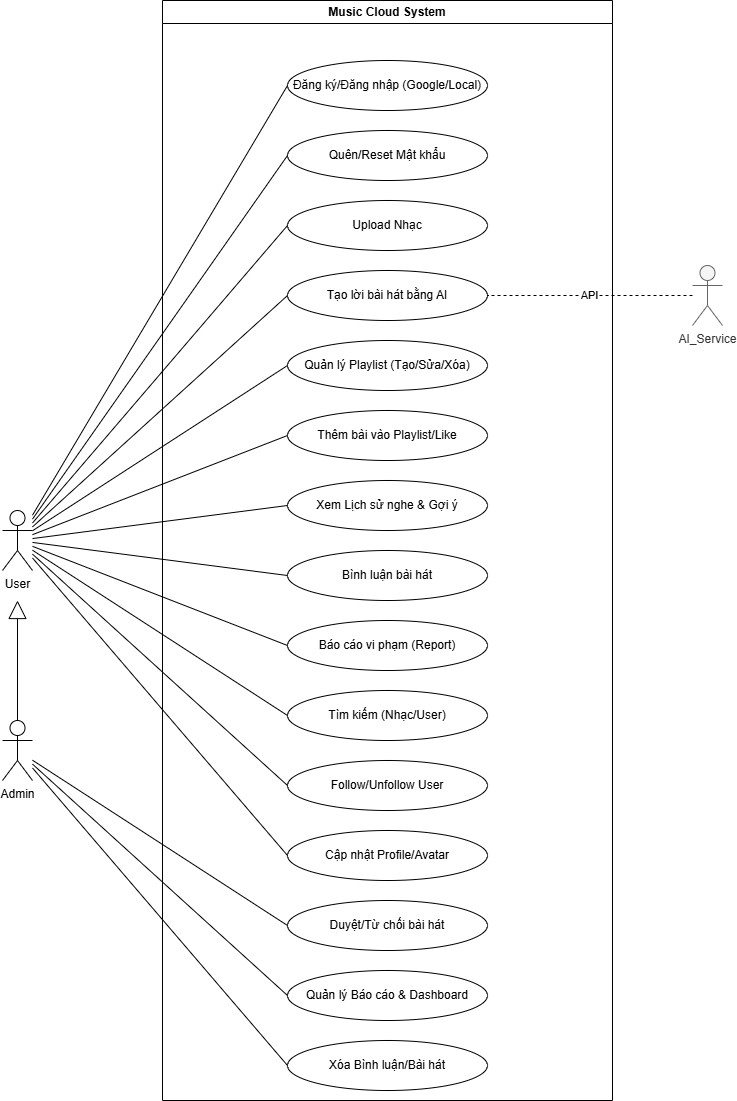
ducquyen12312ew/sao_clao keeps this draw.io diagram as diagram/UseCase.drawio.png. Above is the earlier version. Source tidied: cells renumbered, new cells last; positions are measured from the earlier drawing's top-left corner, leaving out a move shared by most shapes.
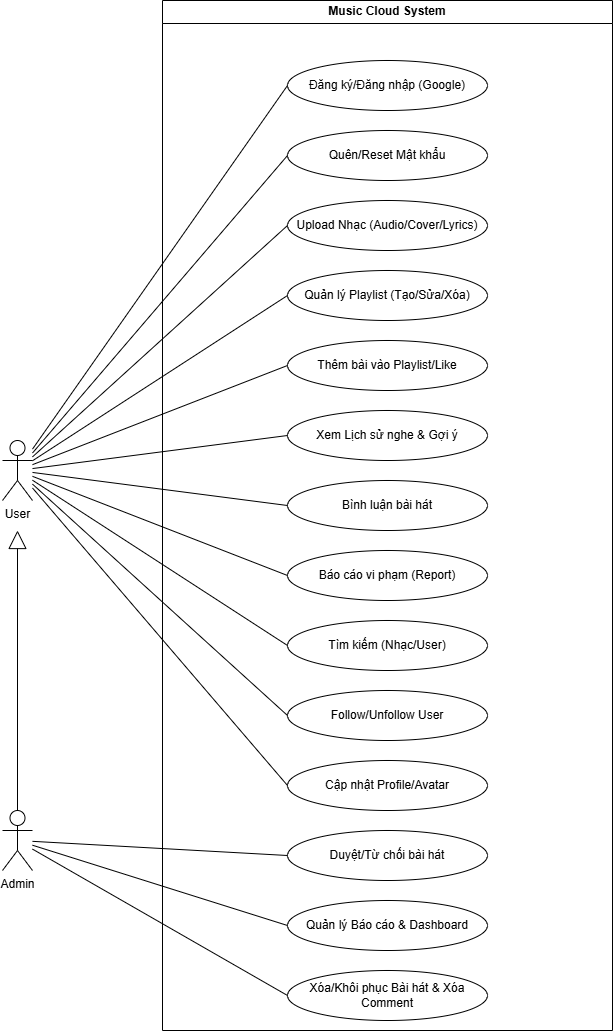
The same diagram one commit later.

The edit, as a diff of the source:
```diff
@@ -3,67 +3,61 @@
     <mxCell id="0" />
     <mxCell id="1" parent="0" />
     <mxCell id="2" value="Music Cloud System" style="swimlane;whiteSpace=wrap;html=1;startSize=23;" parent="1" vertex="1">
-      <mxGeometry x="160" width="450" height="1100" as="geometry" />
+      <mxGeometry x="160" width="450" height="1030" as="geometry" />
     </mxCell>
-    <mxCell id="3" value="Đăng ký/Đăng nhập (Google/Local)" style="ellipse;whiteSpace=wrap;html=1;" parent="2" vertex="1">
+    <mxCell id="3" value="Đăng ký/Đăng nhập (Google)" style="ellipse;whiteSpace=wrap;html=1;" parent="2" vertex="1">
       <mxGeometry x="125" y="60" width="200" height="50" as="geometry" />
     </mxCell>
     <mxCell id="4" value="Quên/Reset Mật khẩu" style="ellipse;whiteSpace=wrap;html=1;" parent="2" vertex="1">
       <mxGeometry x="125" y="130" width="200" height="50" as="geometry" />
     </mxCell>
-    <mxCell id="5" value="Upload Nhạc" style="ellipse;whiteSpace=wrap;html=1;" parent="2" vertex="1">
+    <mxCell id="5" value="Upload Nhạc (Audio/Cover/Lyrics)" style="ellipse;whiteSpace=wrap;html=1;" parent="2" vertex="1">
       <mxGeometry x="125" y="200" width="200" height="50" as="geometry" />
     </mxCell>
-    <mxCell id="6" value="Tạo lời bài hát bằng AI" style="ellipse;whiteSpace=wrap;html=1;" parent="2" vertex="1">
-      <mxGeometry x="125" y="270" width="200" height="50" as="geometry" />
-    </mxCell>
     <mxCell id="7" value="Quản lý Playlist (Tạo/Sửa/Xóa)" style="ellipse;whiteSpace=wrap;html=1;" parent="2" vertex="1">
-      <mxGeometry x="125" y="340" width="200" height="50" as="geometry" />
+      <mxGeometry x="125" y="270" width="200" height="50" as="geometry" />
     </mxCell>
     <mxCell id="8" value="Thêm bài vào Playlist/Like" style="ellipse;whiteSpace=wrap;html=1;" parent="2" vertex="1">
-      <mxGeometry x="125" y="410" width="200" height="50" as="geometry" />
+      <mxGeometry x="125" y="340" width="200" height="50" as="geometry" />
     </mxCell>
     <mxCell id="9" value="Xem Lịch sử nghe &amp; Gợi ý" style="ellipse;whiteSpace=wrap;html=1;" parent="2" vertex="1">
-      <mxGeometry x="125" y="480" width="200" height="50" as="geometry" />
+      <mxGeometry x="125" y="410" width="200" height="50" as="geometry" />
     </mxCell>
     <mxCell id="10" value="Bình luận bài hát" style="ellipse;whiteSpace=wrap;html=1;" parent="2" vertex="1">
-      <mxGeometry x="125" y="550" width="200" height="50" as="geometry" />
+      <mxGeometry x="125" y="480" width="200" height="50" as="geometry" />
     </mxCell>
     <mxCell id="11" value="Báo cáo vi phạm (Report)" style="ellipse;whiteSpace=wrap;html=1;" parent="2" vertex="1">
-      <mxGeometry x="125" y="620" width="200" height="50" as="geometry" />
+      <mxGeometry x="125" y="550" width="200" height="50" as="geometry" />
     </mxCell>
     <mxCell id="12" value="Tìm kiếm (Nhạc/User)" style="ellipse;whiteSpace=wrap;html=1;" parent="2" vertex="1">
-      <mxGeometry x="125" y="690" width="200" height="50" as="geometry" />
+      <mxGeometry x="125" y="620" width="200" height="50" as="geometry" />
     </mxCell>
     <mxCell id="13" value="Follow/Unfollow User" style="ellipse;whiteSpace=wrap;html=1;" parent="2" vertex="1">
-      <mxGeometry x="125" y="760" width="200" height="50" as="geometry" />
+      <mxGeometry x="125" y="690" width="200" height="50" as="geometry" />
     </mxCell>
     <mxCell id="14" value="Cập nhật Profile/Avatar" style="ellipse;whiteSpace=wrap;html=1;" parent="2" vertex="1">
-      <mxGeometry x="125" y="830" width="200" height="50" as="geometry" />
+      <mxGeometry x="125" y="760" width="200" height="50" as="geometry" />
     </mxCell>
     <mxCell id="15" value="Duyệt/Từ chối bài hát" style="ellipse;whiteSpace=wrap;html=1;" parent="2" vertex="1">
-      <mxGeometry x="125" y="900" width="200" height="50" as="geometry" />
+      <mxGeometry x="125" y="830" width="200" height="50" as="geometry" />
     </mxCell>
     <mxCell id="16" value="Quản lý Báo cáo &amp; Dashboard" style="ellipse;whiteSpace=wrap;html=1;" parent="2" vertex="1">
-      <mxGeometry x="125" y="970" width="200" height="50" as="geometry" />
+      <mxGeometry x="125" y="900" width="200" height="50" as="geometry" />
     </mxCell>
-    <mxCell id="17" value="Xóa Bình luận/Bài hát" style="ellipse;whiteSpace=wrap;html=1;" parent="2" vertex="1">
-      <mxGeometry x="125" y="1040" width="200" height="50" as="geometry" />
+    <mxCell id="17" value="Xóa/Khôi phục Bài hát &amp; Xóa Comment" style="ellipse;whiteSpace=wrap;html=1;" parent="2" vertex="1">
+      <mxGeometry x="125" y="970" width="200" height="50" as="geometry" />
     </mxCell>
     <mxCell id="18" value="User" style="shape=umlActor;verticalLabelPosition=bottom;verticalAlign=top;html=1;outlineConnect=0;" parent="1" vertex="1">
-      <mxGeometry y="510" width="30" height="60" as="geometry" />
+      <mxGeometry y="440" width="30" height="60" as="geometry" />
     </mxCell>
     <mxCell id="19" value="Admin" style="shape=umlActor;verticalLabelPosition=bottom;verticalAlign=top;html=1;outlineConnect=0;" parent="1" vertex="1">
-      <mxGeometry y="720" width="30" height="60" as="geometry" />
+      <mxGeometry y="810" width="30" height="60" as="geometry" />
     </mxCell>
     <mxCell id="20" style="endArrow=block;endSize=16;endFill=0;html=1;rounded=0;" parent="1" edge="1" source="19">
       <mxGeometry relative="1" as="geometry">
-        <mxPoint x="15" y="600" as="targetPoint" />
+        <mxPoint x="15" y="530" as="targetPoint" />
       </mxGeometry>
     </mxCell>
-    <mxCell id="21" value="AI_Service" style="shape=umlActor;verticalLabelPosition=bottom;verticalAlign=top;html=1;outlineConnect=0;fillColor=#f5f5f5;fontColor=#333333;strokeColor=#666666;" parent="1" vertex="1">
-      <mxGeometry x="690" y="265" width="30" height="60" as="geometry" />
-    </mxCell>
     <mxCell id="22" style="endArrow=none;html=1;rounded=0;entryX=0;entryY=0.5;entryDx=0;entryDy=0;" parent="1" edge="1" source="18" target="3">
       <mxGeometry relative="1" as="geometry" />
     </mxCell>
@@ -73,12 +67,6 @@
     <mxCell id="24" style="endArrow=none;html=1;rounded=0;entryX=0;entryY=0.5;entryDx=0;entryDy=0;" parent="1" edge="1" source="18" target="5">
       <mxGeometry relative="1" as="geometry" />
     </mxCell>
-    <mxCell id="25" style="endArrow=none;html=1;rounded=0;entryX=0;entryY=0.5;entryDx=0;entryDy=0;" parent="1" edge="1" source="18" target="6">
-      <mxGeometry relative="1" as="geometry" />
-    </mxCell>
-    <mxCell id="26" value="API" style="endArrow=none;html=1;rounded=0;entryX=1;entryY=0.5;entryDx=0;entryDy=0;dashed=1;" parent="1" edge="1" source="21" target="6">
-      <mxGeometry relative="1" as="geometry" />
-    </mxCell>
     <mxCell id="27" style="endArrow=none;html=1;rounded=0;entryX=0;entryY=0.5;entryDx=0;entryDy=0;" parent="1" edge="1" source="18" target="7">
       <mxGeometry relative="1" as="geometry" />
     </mxCell>
```
